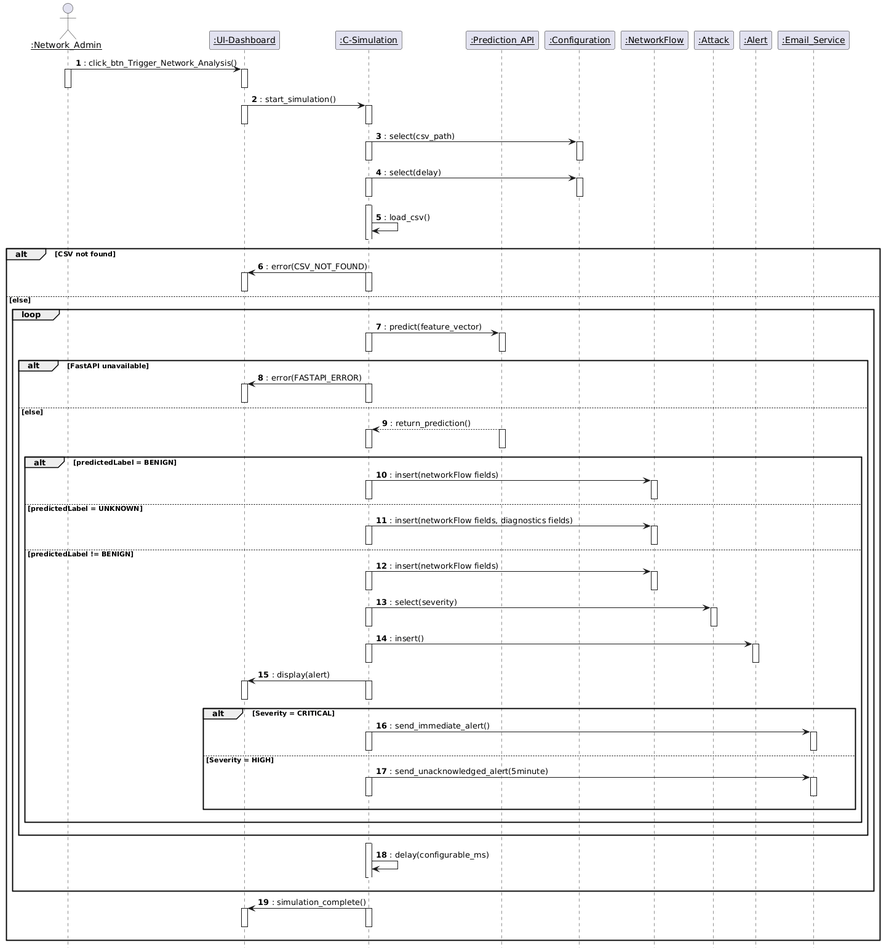
Above: diagrams/SeqD_trigger_network_analysis.png in Amira-BOUAFIF/pfe-nids-report (PlantUML), before the change.
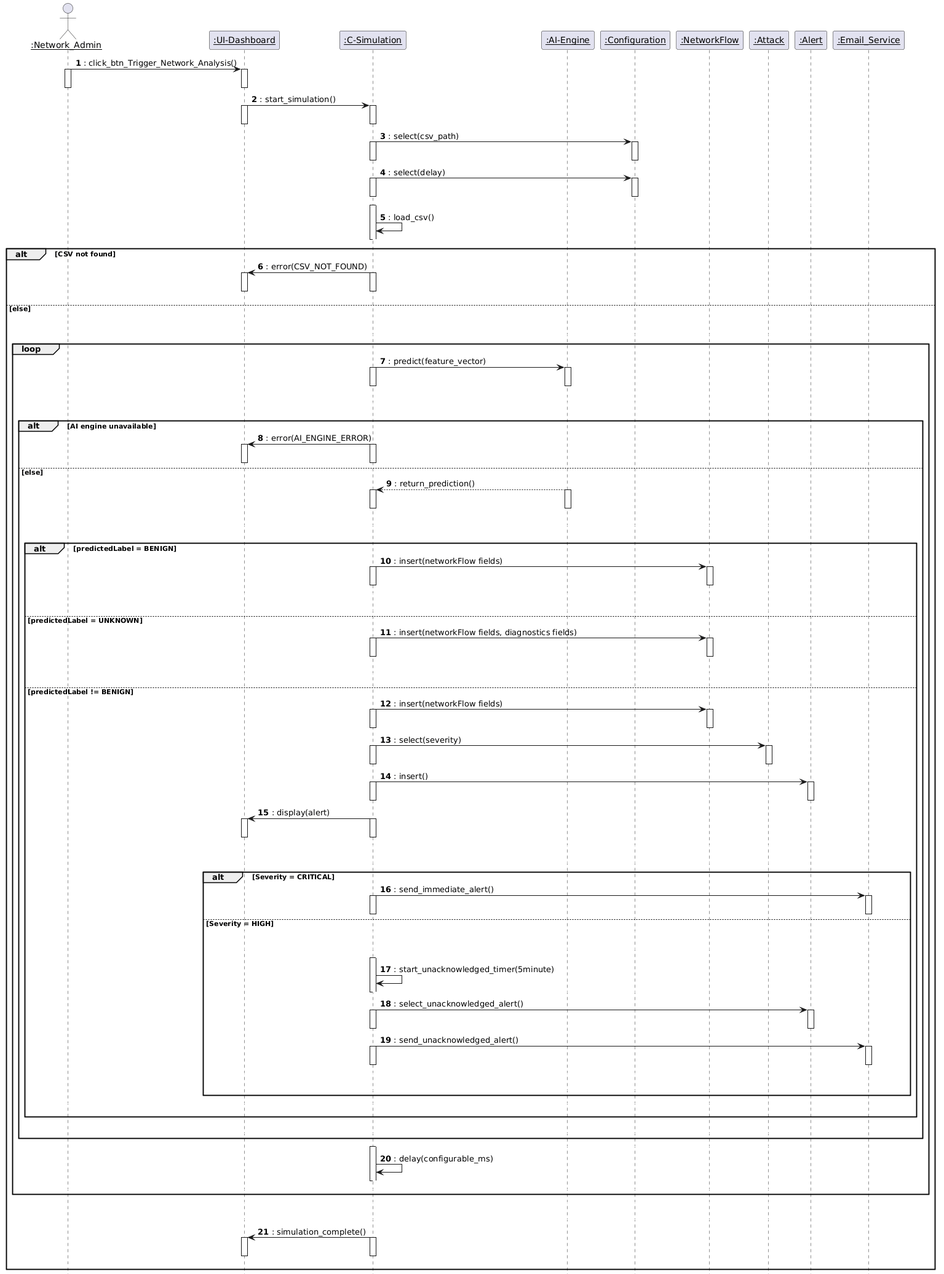
Above is the later version.

Commit message:
Update sequence diagram and improve model configuration details in Chapters 3 and 5

What changed in the source:
```diff
@@ -9,7 +9,7 @@
 actor ":Network_Admin" as Admin
 participant ":UI-Dashboard" as UI
 participant ":C-Simulation" as Sim
-participant ":Prediction_API" as API
+participant ":AI-Engine" as AI
 participant ":Configuration" as Config
 participant ":NetworkFlow" as NF
 participant ":Attack" as AttackE
@@ -59,22 +59,43 @@
     deactivate Sim
     deactivate UI
 
+    autonumber stop
+    UI -[#white]> AlertE
+    autonumber resume
+
+
 else else
 
-
-
-
+autonumber stop
+UI -[#white]> AlertE
+autonumber resume
+autonumber stop
+UI -[#white]> AlertE
+autonumber resume
+autonumber stop
+UI -[#white]> AlertE
+        autonumber resume
     loop
 
-        Sim -> API :: predict(feature_vector)
+        Sim -> AI :: predict(feature_vector)
         activate Sim
-        activate API
+        activate AI
         deactivate Sim
-        deactivate API
+        deactivate AI
 
-        alt FastAPI unavailable
+        autonumber stop
+        UI -[#white]> AlertE
+        autonumber resume
+        autonumber stop
+        UI -[#white]> AlertE
+        autonumber resume
+        autonumber stop
+        UI -[#white]> AlertE
+        autonumber resume
 
-            Sim -> UI :: error(FASTAPI_ERROR)
+        alt AI engine unavailable
+
+            Sim -> UI :: error(AI_ENGINE_ERROR)
             activate Sim
             activate UI
             deactivate Sim
@@ -82,11 +103,21 @@
 
         else else
 
-            API --> Sim :: return_prediction()
-            activate API
+            AI --> Sim :: return_prediction()
+            activate AI
             activate Sim
-            deactivate API
+            deactivate AI
             deactivate Sim
+
+            autonumber stop
+            UI -[#white]> AlertE
+            autonumber resume
+            autonumber stop
+            UI -[#white]> AlertE
+            autonumber resume
+            autonumber stop
+            UI -[#white]> AlertE
+            autonumber resume
 
             alt predictedLabel = BENIGN
 
@@ -95,6 +126,15 @@
                 activate NF
                 deactivate Sim
                 deactivate NF
+                autonumber stop
+                UI -[#white]> AlertE
+                autonumber resume
+                autonumber stop
+                UI -[#white]> AlertE
+                autonumber resume
+                autonumber stop
+                UI -[#white]> AlertE
+                autonumber resume
 
             else predictedLabel = UNKNOWN
 
@@ -103,6 +143,15 @@
                 activate NF
                 deactivate Sim
                 deactivate NF
+                autonumber stop
+                UI -[#white]> AlertE
+                autonumber resume
+                autonumber stop
+                UI -[#white]> AlertE
+                autonumber resume
+                autonumber stop
+                UI -[#white]> AlertE
+                autonumber resume
 
             else predictedLabel != BENIGN
 
@@ -129,6 +178,15 @@
                 activate UI
                 deactivate Sim
                 deactivate UI
+                autonumber stop
+                UI -[#white]> AlertE
+                autonumber resume
+                autonumber stop
+                UI -[#white]> AlertE
+                autonumber resume
+                autonumber stop
+                UI -[#white]> AlertE
+                autonumber resume
 
                 alt Severity = CRITICAL
 
@@ -139,8 +197,34 @@
                     deactivate Email
 
                 else Severity = HIGH
+                    autonumber stop
+                    UI -[#white]> AlertE
+                    autonumber resume
+                    autonumber stop
+                    UI -[#white]> AlertE
+                    autonumber resume
+                    autonumber stop
+                    UI -[#white]> AlertE
+                    autonumber resume
 
-                    Sim -> Email :: send_unacknowledged_alert(5minute)
+
+                    autonumber stop
+                    Sim -[#white]> NF
+                    autonumber resume
+                    activate Sim
+                    Sim -> Sim :: start_unacknowledged_timer(5minute)
+                    autonumber stop
+                    Sim -[#white]> NF
+                    autonumber resume
+                    deactivate Sim
+
+                    Sim -> AlertE :: select_unacknowledged_alert()
+                    activate Sim
+                    activate AlertE
+                    deactivate Sim
+                    deactivate AlertE
+
+                    Sim -> Email :: send_unacknowledged_alert()
                     activate Sim
                     activate Email
                     deactivate Sim
@@ -148,6 +232,13 @@
 
                     autonumber stop
                     UI -[#white]> NF
+                    autonumber resume
+                    autonumber stop
+                    Sim -[#white]> AttackE
+
+                   autonumber resume
+                   autonumber stop
+                   Sim -[#white]> AttackE
 
                 end
 
@@ -155,12 +246,24 @@
                 autonumber stop
                 Admin -[#white]> AttackE
 
+                autonumber resume
+                autonumber stop
+                Admin -[#white]> AttackE
+
             end
+
 
             autonumber stop
             Admin -[#white]> AttackE
 
+           autonumber stop
+           UI -[#white]> AlertE
+           autonumber resume
+           autonumber stop
+
+
         end
+
 
         autonumber stop
         Sim -[#white]> AlertE
@@ -178,6 +281,15 @@
     end
 
     autonumber resume
+    autonumber stop
+    UI -[#white]> AlertE
+    autonumber resume
+    autonumber stop
+    UI -[#white]> AlertE
+    autonumber resume
+    autonumber stop
+    UI -[#white]> AlertE
+    autonumber resume
 
     Sim -> UI :: simulation_complete()
     activate Sim
```
